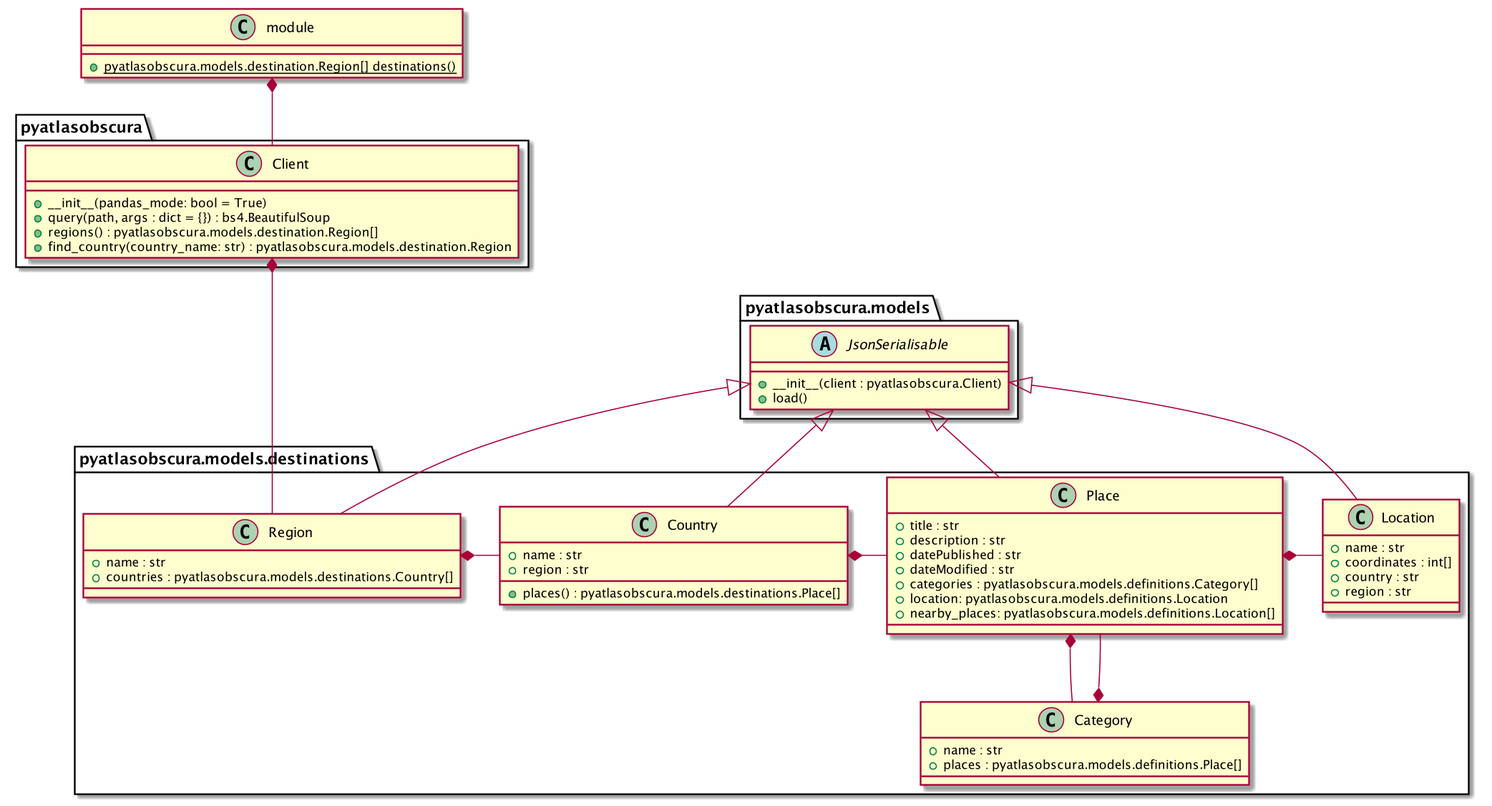
The PlantUML diagram docs/diagrams/pyatlasobscura.png in drewsonne/pyatlasobscura, before a commit.
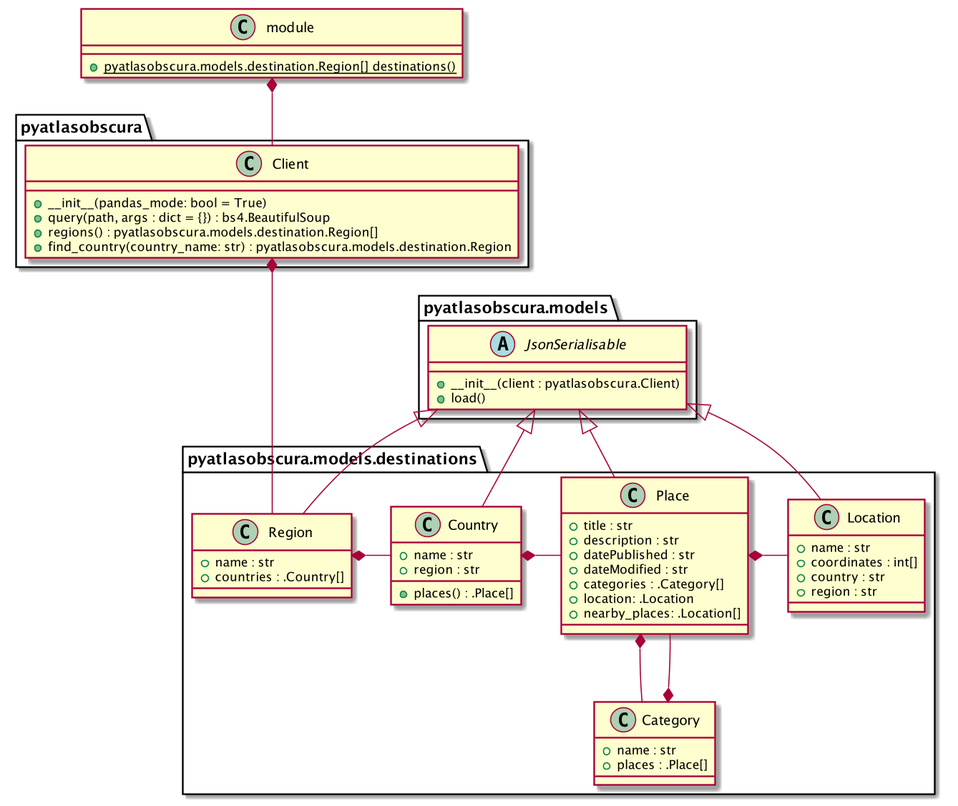
After the change.

Change to the diagram source:
```diff
@@ -28,13 +28,13 @@
 
 class pyatlasobscura.models.destinations.Region {
     + name : str
-    + countries : pyatlasobscura.models.destinations.Country[]
+    + countries : .Country[]
 }
 
 class pyatlasobscura.models.destinations.Country {
     + name : str
     + region : str
-    + places() : pyatlasobscura.models.destinations.Place[]
+    + places() : .Place[]
 }
 
 class pyatlasobscura.models.destinations.Place {
@@ -42,14 +42,14 @@
     + description : str
     + datePublished : str
     + dateModified : str
-    + categories : pyatlasobscura.models.definitions.Category[]
-    + location: pyatlasobscura.models.definitions.Location
-    + nearby_places: pyatlasobscura.models.definitions.Location[]
+    + categories : .Category[]
+    + location: .Location
+    + nearby_places: .Location[]
 }
 
 class pyatlasobscura.models.destinations.Category {
     + name : str
-    + places : pyatlasobscura.models.definitions.Place[]
+    + places : .Place[]
 }
 
 module *-- pyatlasobscura.Client
```
